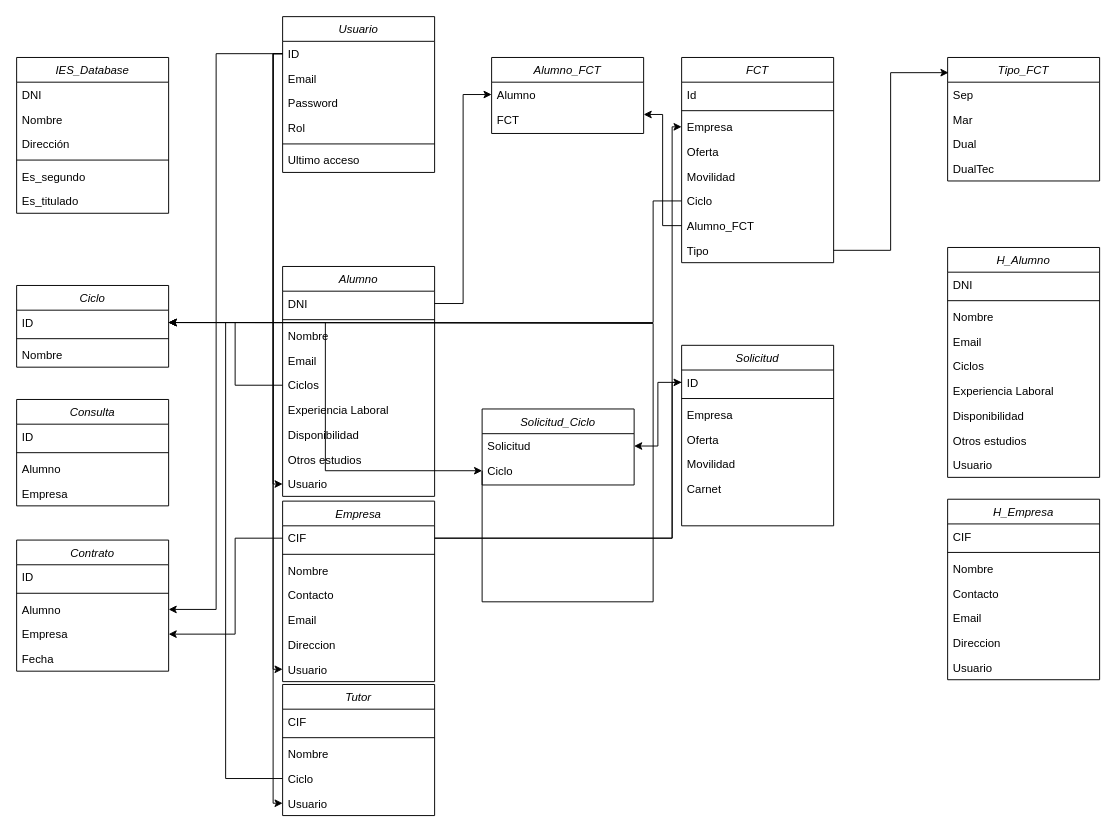
Earlier version of the draw.io diagram Bolsa de empleo.drawio (Buhuk/diagramas). Source tidied: cells renumbered, new cells numbered last; positions are measured from the earlier drawing's top-left corner, leaving out a move shared by most shapes. Both pictures are drawn from the tidied source at 95%, with x=0, y=0 at pixel (16, 16).
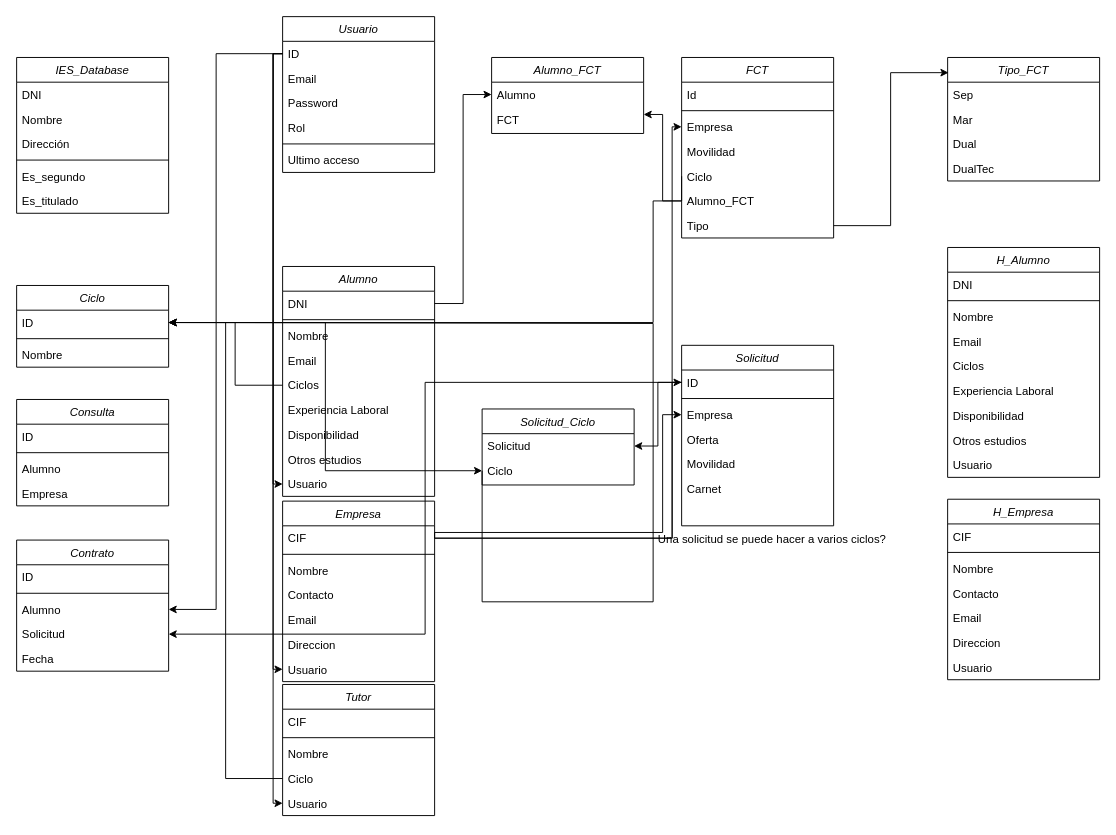
After the change.

Unchanged cells that the change refers to:
```xml
<mxCell id="20" value="CIF" style="text;align=left;verticalAlign=top;spacingLeft=4;spacingRight=4;overflow=hidden;points=[[0,0.5],[1,0.5]];portConstraint=eastwest;" parent="19" vertex="1">
  <mxGeometry y="26" width="160" height="26" as="geometry" />
</mxCell>
<mxCell id="39" value="ID" style="text;align=left;verticalAlign=top;spacingLeft=4;spacingRight=4;overflow=hidden;points=[[0,0.5],[1,0.5]];portConstraint=eastwest;" parent="38" vertex="1">
  <mxGeometry y="26" width="160" height="26" as="geometry" />
</mxCell>
<mxCell id="41" value="Empresa" style="text;align=left;verticalAlign=top;spacingLeft=4;spacingRight=4;overflow=hidden;points=[[0,0.5],[1,0.5]];portConstraint=eastwest;" parent="38" vertex="1">
  <mxGeometry y="60" width="160" height="26" as="geometry" />
</mxCell>
<mxCell id="60" value="Contrato" style="swimlane;fontStyle=2;align=center;verticalAlign=top;horizontal=1;startSize=26;rounded=0;shadow=0;strokeWidth=1;" parent="1" vertex="1">
  <mxGeometry y="551" width="160" height="138" as="geometry" />
</mxCell>
```

The edit, as a diff of the source:
```diff
@@
     <mxCell id="45" value="FCT" style="swimlane;fontStyle=2;align=center;verticalAlign=top;horizontal=1;startSize=26;rounded=0;shadow=0;strokeWidth=1;" parent="1" vertex="1">
-      <mxGeometry x="700" y="43" width="160" height="216" as="geometry" />
+      <mxGeometry x="700" y="43" width="160" height="190" as="geometry" />
     </mxCell>
@@
-    <mxCell id="49" value="Oferta" style="text;align=left;verticalAlign=top;spacingLeft=4;spacingRight=4;overflow=hidden;" parent="45" vertex="1">
-      <mxGeometry y="86" width="160" height="26" as="geometry" />
-    </mxCell>
     <mxCell id="50" value="Movilidad" style="text;align=left;verticalAlign=top;spacingLeft=4;spacingRight=4;overflow=hidden;" parent="45" vertex="1">
-      <mxGeometry y="112" width="160" height="26" as="geometry" />
+      <mxGeometry y="86" width="160" height="26" as="geometry" />
     </mxCell>
     <mxCell id="51" value="Ciclo" style="text;align=left;verticalAlign=top;spacingLeft=4;spacingRight=4;overflow=hidden;points=[[0,0.5],[1,0.5]];portConstraint=eastwest;" parent="45" vertex="1">
-      <mxGeometry y="138" width="160" height="26" as="geometry" />
+      <mxGeometry y="112" width="160" height="26" as="geometry" />
     </mxCell>
     <mxCell id="52" value="Alumno_FCT" style="text;align=left;verticalAlign=top;spacingLeft=4;spacingRight=4;overflow=hidden;points=[[0,0.5],[1,0.5]];portConstraint=eastwest;" parent="45" vertex="1">
-      <mxGeometry y="164" width="160" height="26" as="geometry" />
+      <mxGeometry y="138" width="160" height="26" as="geometry" />
     </mxCell>
     <mxCell id="53" value="Tipo" style="text;align=left;verticalAlign=top;spacingLeft=4;spacingRight=4;overflow=hidden;points=[[0,0.5],[1,0.5]];portConstraint=eastwest;" parent="45" vertex="1">
-      <mxGeometry y="190" width="160" height="26" as="geometry" />
+      <mxGeometry y="164" width="160" height="26" as="geometry" />
     </mxCell>
@@
-    <mxCell id="64" value="Empresa" style="text;align=left;verticalAlign=top;spacingLeft=4;spacingRight=4;overflow=hidden;points=[[0,0.5],[1,0.5]];portConstraint=eastwest;" parent="60" vertex="1">
-      <mxGeometry y="86" width="160" height="26" as="geometry" />
-    </mxCell>
-    <mxCell id="65" value="Fecha" style="text;align=left;verticalAlign=top;spacingLeft=4;spacingRight=4;overflow=hidden;points=[[0,0.5],[1,0.5]];portConstraint=eastwest;" parent="60" vertex="1">
-      <mxGeometry y="112" width="160" height="26" as="geometry" />
+    <mxCell id="65" value="Solicitud" style="text;align=left;verticalAlign=top;spacingLeft=4;spacingRight=4;overflow=hidden;points=[[0,0.5],[1,0.5]];portConstraint=eastwest;" parent="60" vertex="1">
+      <mxGeometry y="86" width="160" height="26" as="geometry" />
     </mxCell>
+    <mxCell id="116" value="Fecha" style="text;align=left;verticalAlign=top;spacingLeft=4;spacingRight=4;overflow=hidden;" parent="60" vertex="1">
+      <mxGeometry y="112" width="160" height="26" as="geometry" />
+    </mxCell>
@@
-    <mxCell id="89" style="edgeStyle=orthogonalEdgeStyle;rounded=0;jettySize=auto;html=1;exitX=0;exitY=0.5;exitDx=0;exitDy=0;entryX=1;entryY=0.5;entryDx=0;entryDy=0;" parent="1" edge="1" source="20" target="64">
-      <mxGeometry relative="1" as="geometry">
-        <Array as="points">
-          <mxPoint x="230" y="549" />
-          <mxPoint x="230" y="650" />
-        </Array>
-      </mxGeometry>
-    </mxCell>
@@
+    <mxCell id="117" style="edgeStyle=orthogonalEdgeStyle;rounded=0;jettySize=auto;html=1;exitX=0;exitY=0.5;exitDx=0;exitDy=0;entryX=1;entryY=0.5;entryDx=0;entryDy=0;" parent="1" edge="1" source="39" target="65">
+      <mxGeometry relative="1" as="geometry" />
+    </mxCell>
+    <mxCell id="118" style="edgeStyle=orthogonalEdgeStyle;rounded=0;jettySize=auto;html=1;exitX=1;exitY=0.5;exitDx=0;exitDy=0;entryX=0;entryY=0.5;entryDx=0;entryDy=0;" parent="1" edge="1" source="20" target="41">
+      <mxGeometry relative="1" as="geometry">
+        <Array as="points">
+          <mxPoint x="440" y="543" />
+          <mxPoint x="680" y="543" />
+          <mxPoint x="680" y="419" />
+        </Array>
+      </mxGeometry>
+    </mxCell>
+    <mxCell id="119" value="Una solicitud se puede hacer a varios ciclos?" style="text;html=1;align=center;verticalAlign=middle;strokeColor=none;fillColor=none;" parent="1" vertex="1">
+      <mxGeometry x="660" y="536" width="270" height="30" as="geometry" />
+    </mxCell>
```
